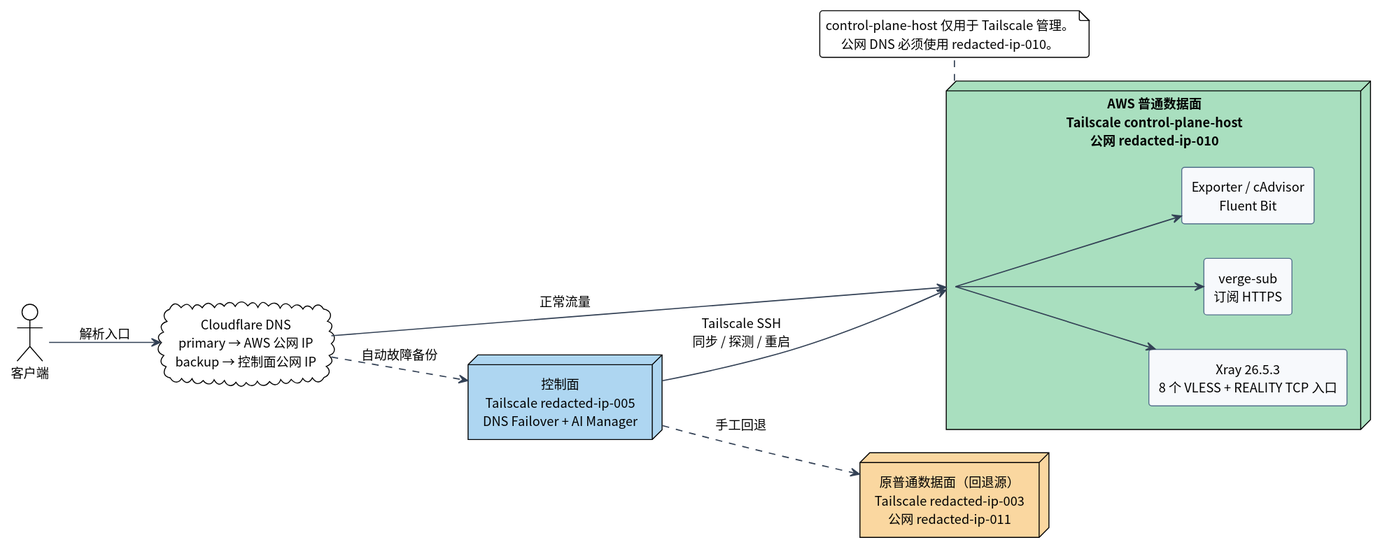
i-zrhe2016/ai-routing-panel keeps this PlantUML diagram as docs/diagrams/aws-normal-data-plane-migration.svg. Above is the earlier version.
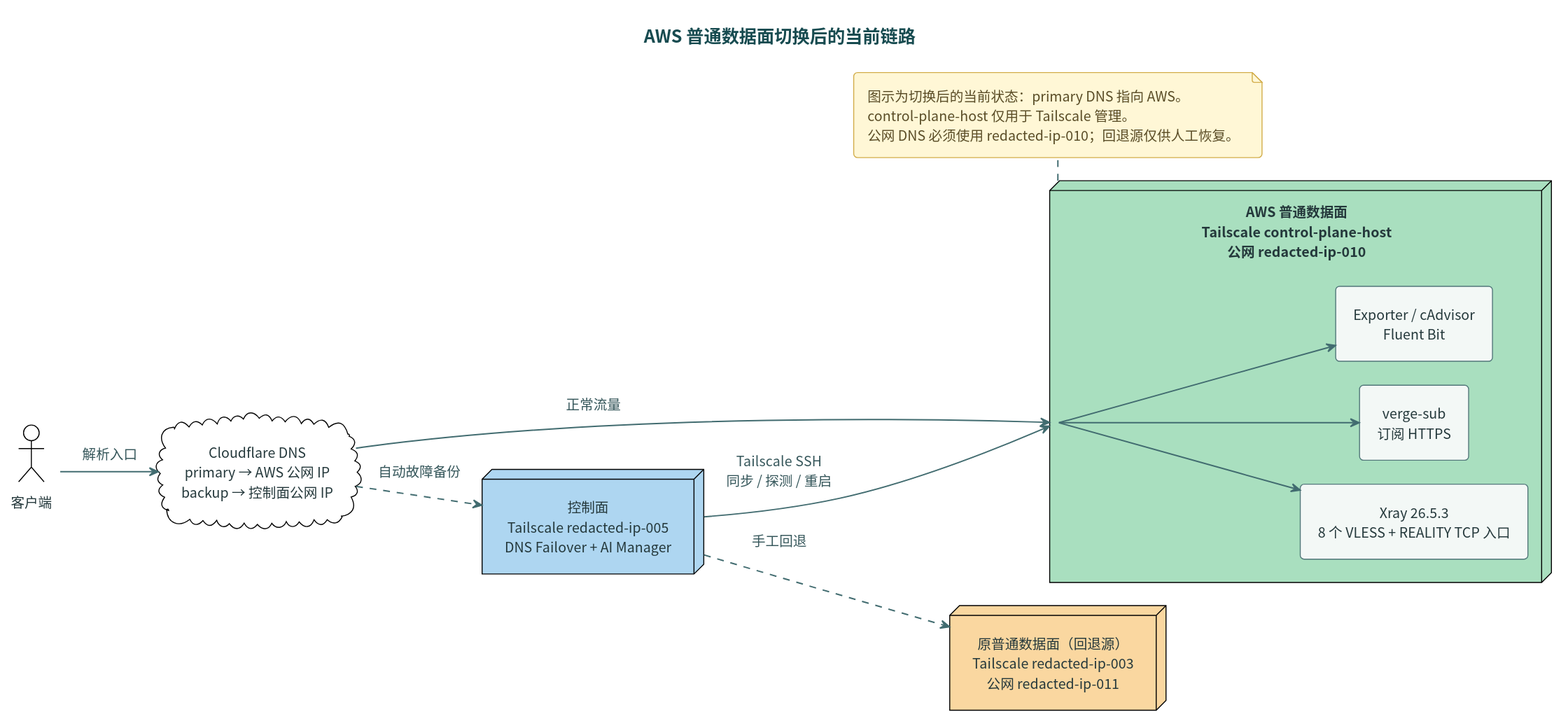
Above is the later version.

Change to the diagram source:
```diff
@@ -1,6 +1,8 @@
 @startuml
 !include style.iuml
 left to right direction
+title AWS 普通数据面切换后的当前链路
+title AWS 普通数据面切换后的当前链路
 
 actor "客户端" as client
 cloud "Cloudflare DNS\nprimary → AWS 公网 IP\nbackup → 控制面公网 IP" as dns
@@ -24,7 +26,8 @@
 aws --> monitoring
 
 note bottom of aws
+图示为切换后的当前状态：primary DNS 指向 AWS。
 control-plane-host 仅用于 Tailscale 管理。
-公网 DNS 必须使用 redacted-ip-010。
+公网 DNS 必须使用 redacted-ip-010；回退源仅供人工恢复。
 end note
 @enduml
```
